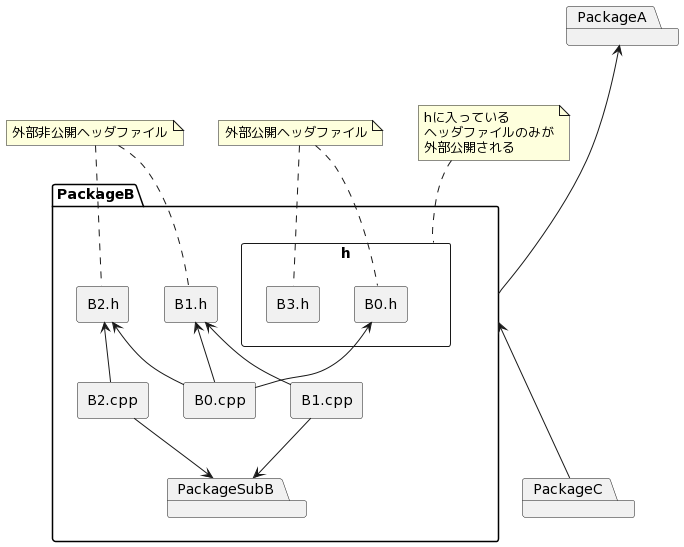
Before: plant_uml/package.png, a diagram exported from PlantUML (ichiroprogrammer/comprehensive_cpp).
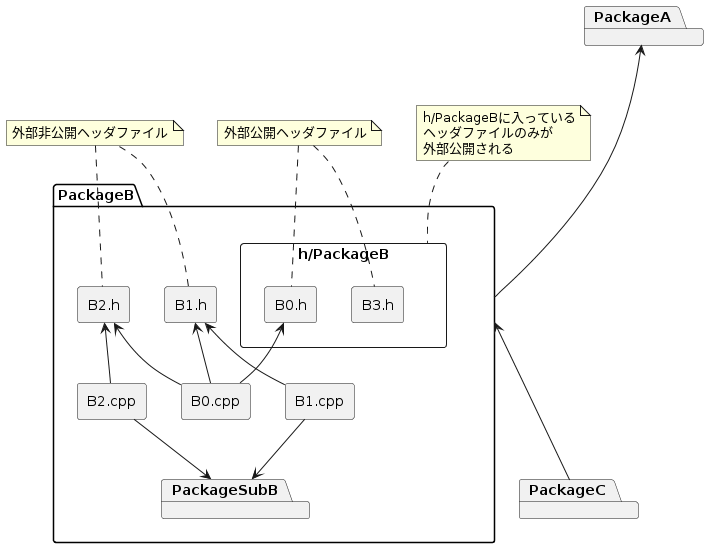
The same file after the commit.

Diff of the diagram source:
```diff
@@ -3,7 +3,7 @@
 }
 
 package PackageB {
-    rectangle "h" as h {
+    rectangle "h/PackageB" as h {
         rectangle "B0.h" as B0_h
         rectangle "B3.h" as B3_h
     }
@@ -30,7 +30,7 @@
 B2_cpp -down-> PackageSubB
 
 note top of h
-hに入っている
+h/PackageBに入っている
 ヘッダファイルのみが
 外部公開される
 end note
```
